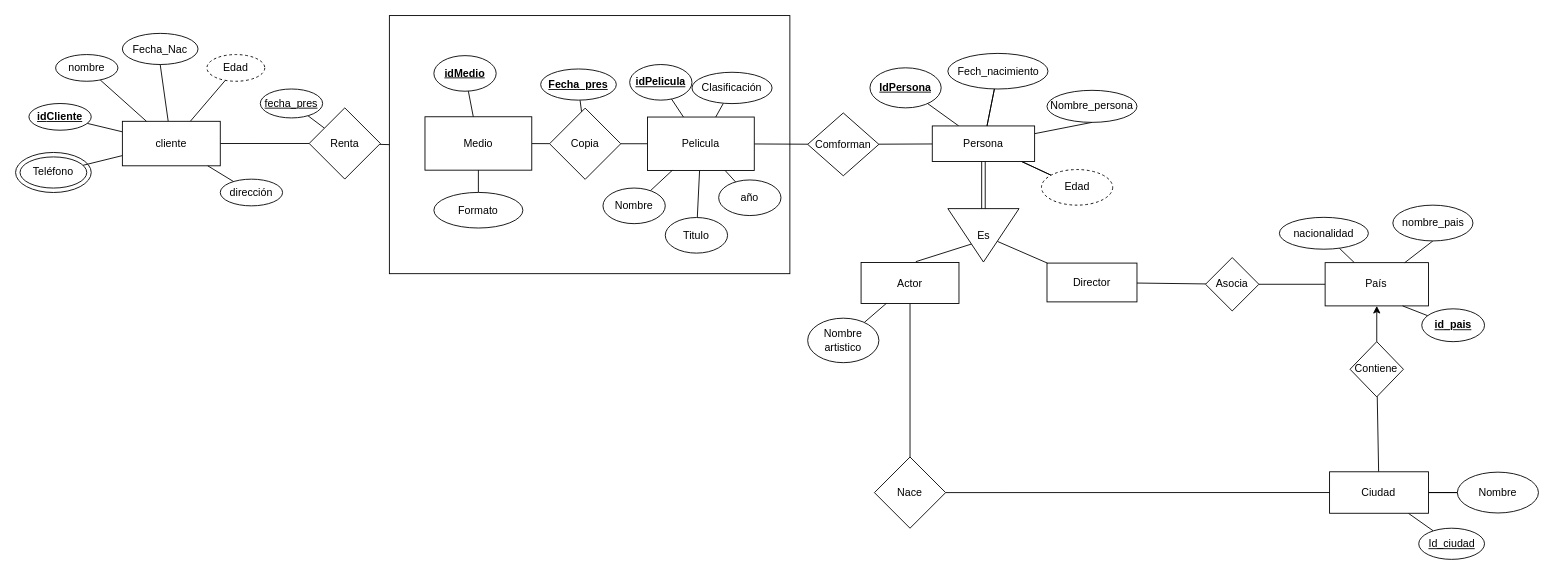
Before: videoStore.drawio in jesalazaro/ER-diagrams, a draw.io diagram. Source tidied: cells renumbered, new cells numbered last; positions are measured from the earlier drawing's top-left corner, leaving out a move shared by most shapes. Both pictures are drawn from the tidied source at 89%, with x=0, y=0 at pixel (15, 15).
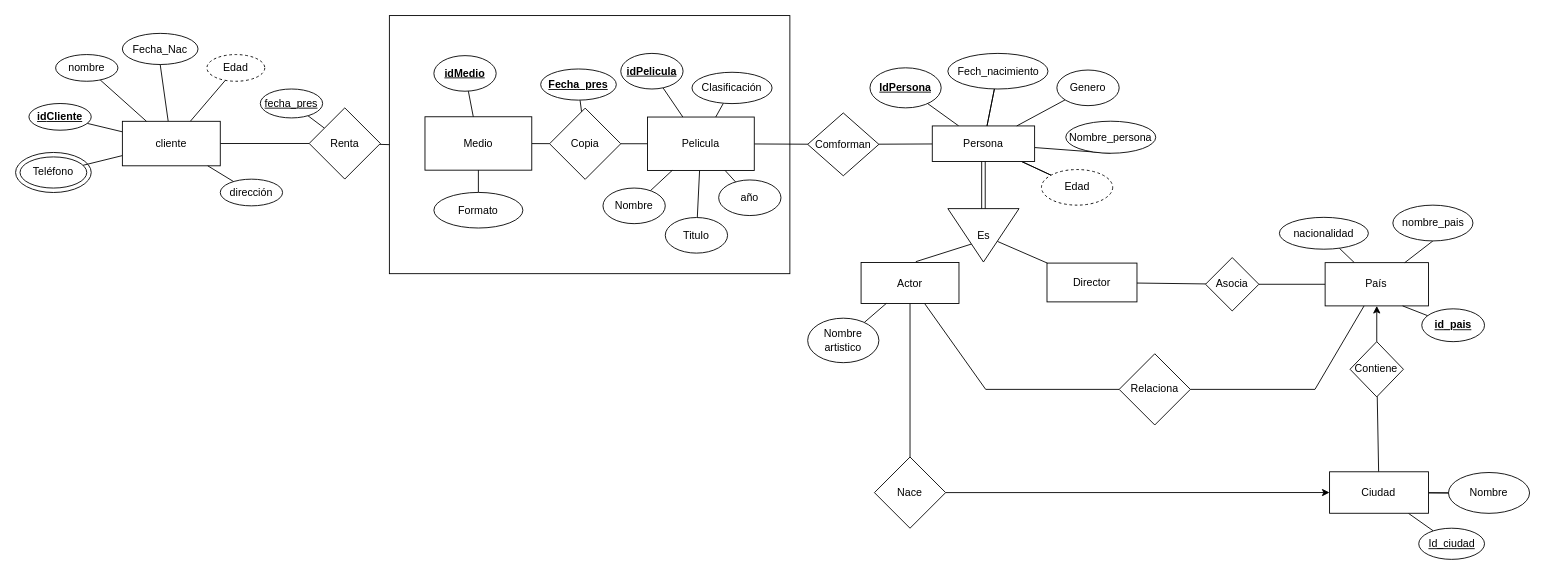
Above is the later version.

Unchanged cells that the change refers to:
```xml
<mxCell id="24" value="Actor" style="whiteSpace=wrap;html=1;rounded=0;" parent="1" vertex="1">
  <mxGeometry x="950" y="277.5" width="110" height="46" as="geometry" />
</mxCell>
<mxCell id="42" value="País" style="rounded=0;whiteSpace=wrap;html=1;" parent="1" vertex="1">
  <mxGeometry x="1471.4" y="277.6" width="116.1" height="48.6" as="geometry" />
</mxCell>
<mxCell id="60" value="Ciudad" style="whiteSpace=wrap;html=1;rounded=0;" parent="1" vertex="1">
  <mxGeometry x="1476.4" y="512.6" width="111.1" height="46.6" as="geometry" />
</mxCell>
<mxCell id="65" value="Persona" style="whiteSpace=wrap;html=1;rounded=0;" parent="1" vertex="1">
  <mxGeometry x="1030" y="124" width="115" height="40" as="geometry" />
</mxCell>
<mxCell id="95" value="Nace" style="rhombus;whiteSpace=wrap;html=1;rounded=0;" parent="1" vertex="1">
  <mxGeometry x="965" y="496" width="80" height="80" as="geometry" />
</mxCell>
```

Diff of the diagram source:
```diff
@@
+    <mxCell id="96" style="edgeStyle=none;rounded=0;jettySize=auto;html=1;startArrow=none;startFill=0;endArrow=none;endFill=0;" parent="1" edge="1" source="24" target="98">
+      <mxGeometry relative="1" as="geometry">
+        <Array as="points">
+          <mxPoint x="1090" y="420" />
+        </Array>
+      </mxGeometry>
+    </mxCell>
@@
     <mxCell id="49" value="Nombre_persona" style="ellipse;whiteSpace=wrap;html=1;rounded=0;" parent="1" vertex="1">
-      <mxGeometry x="1158.9" y="84" width="101.1" height="36" as="geometry" />
+      <mxGeometry x="1180" y="118.7" width="101.1" height="36" as="geometry" />
     </mxCell>
@@
     <mxCell id="67" value="Nombre" style="ellipse;whiteSpace=wrap;html=1;rounded=0;" parent="1" vertex="1">
-      <mxGeometry x="1620" y="513" width="91.1" height="45.9" as="geometry" />
+      <mxGeometry x="1610" y="513.4" width="91.1" height="45.9" as="geometry" />
     </mxCell>
@@
     <mxCell id="80" value="idPelicula" style="ellipse;whiteSpace=wrap;html=1;rounded=0;fontStyle=5;" parent="1" vertex="1">
-      <mxGeometry x="690" y="55" width="70" height="40" as="geometry" />
+      <mxGeometry x="680" y="42.5" width="70" height="40" as="geometry" />
     </mxCell>
@@
-    <mxCell id="94" style="edgeStyle=none;rounded=0;jettySize=auto;html=1;endArrow=none;endFill=0;" parent="1" edge="1" source="95" target="60">
+    <mxCell id="94" style="edgeStyle=none;rounded=0;jettySize=auto;html=1;endArrow=classic;endFill=1;" parent="1" edge="1" source="95" target="60">
       <mxGeometry relative="1" as="geometry" />
     </mxCell>
@@
+    <mxCell id="97" style="edgeStyle=none;rounded=0;jettySize=auto;html=1;startArrow=none;startFill=0;endArrow=none;endFill=0;" parent="1" edge="1" source="98" target="42">
+      <mxGeometry relative="1" as="geometry">
+        <Array as="points">
+          <mxPoint x="1460" y="420" />
+        </Array>
+      </mxGeometry>
+    </mxCell>
+    <mxCell id="98" value="&lt;div&gt;Relaciona&lt;br&gt;&lt;/div&gt;" style="rhombus;whiteSpace=wrap;html=1;rounded=0;" parent="1" vertex="1">
+      <mxGeometry x="1240" y="380" width="80" height="80" as="geometry" />
+    </mxCell>
+    <mxCell id="99" style="edgeStyle=none;rounded=0;jettySize=auto;html=1;startArrow=none;startFill=0;endArrow=none;endFill=0;" parent="1" edge="1" source="100" target="65">
+      <mxGeometry relative="1" as="geometry" />
+    </mxCell>
+    <mxCell id="100" value="Genero" style="ellipse;whiteSpace=wrap;html=1;rounded=0;" parent="1" vertex="1">
+      <mxGeometry x="1170" y="61.2" width="70" height="40" as="geometry" />
+    </mxCell>
```
